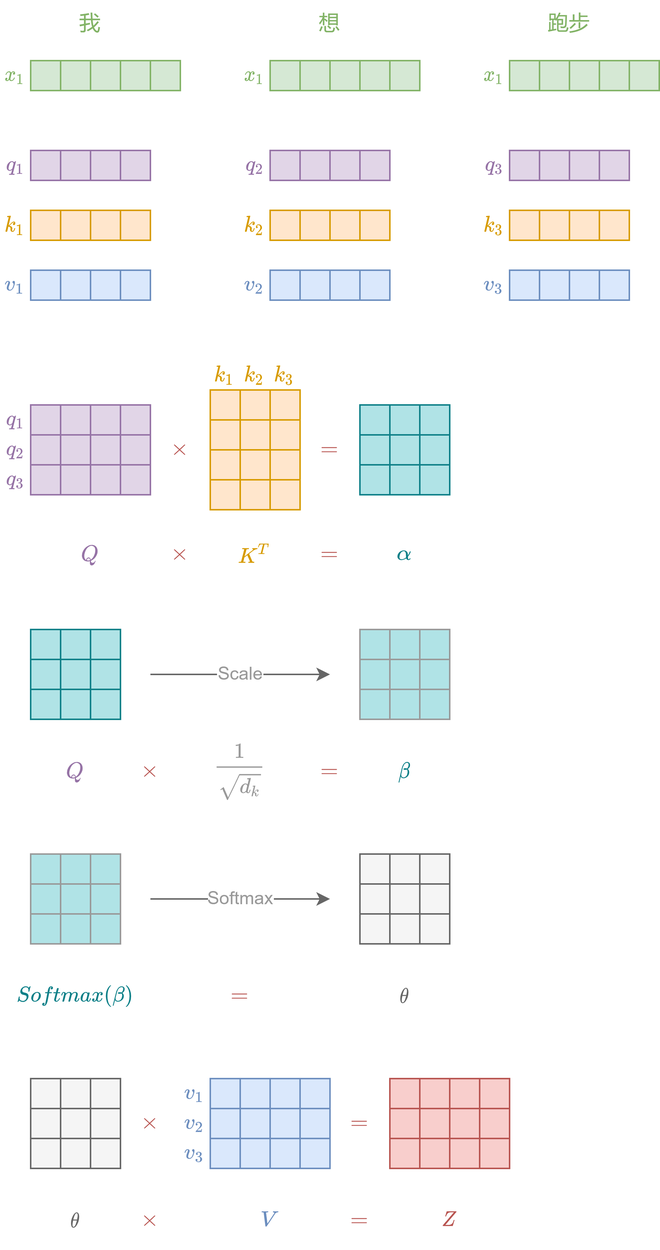
Before: imgs/nlp-self-attention-transformer-3.png, a diagram exported from draw.io (hxca/imgrepo). Source tidied: cells renumbered, new cells last; positions are measured from the earlier drawing's top-left corner, leaving out a move shared by most shapes.
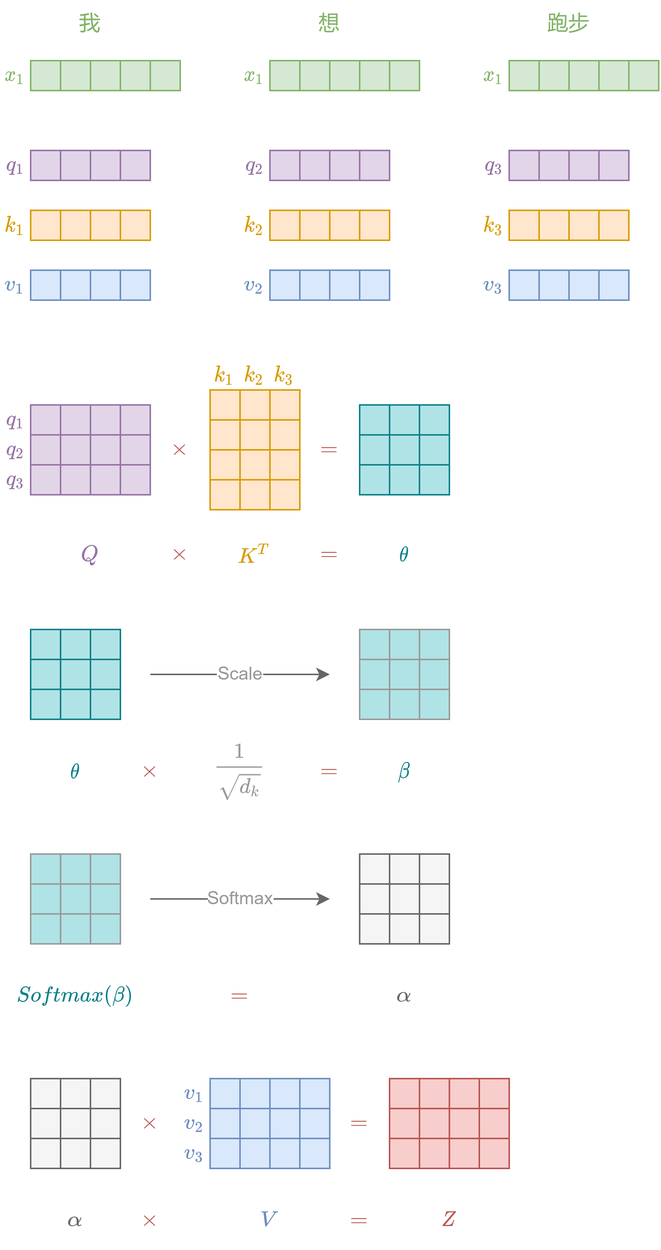
Later version of the same file.

Diff of the diagram source:
```diff
@@ -335,7 +335,7 @@
     <mxCell id="112" value="$$=$$" style="text;html=1;strokeColor=none;fillColor=none;align=center;verticalAlign=middle;whiteSpace=wrap;rounded=0;fontColor=#B85450;rotation=0;" parent="1" vertex="1">
       <mxGeometry x="210" y="360" width="20" height="20" as="geometry" />
     </mxCell>
-    <mxCell id="113" value="$$\alpha$$" style="text;html=1;strokeColor=none;fillColor=none;align=center;verticalAlign=middle;whiteSpace=wrap;rounded=0;comic=0;fontSize=11;fontColor=#0E8088;opacity=30;" parent="1" vertex="1">
+    <mxCell id="113" value="$$\theta$$" style="text;html=1;strokeColor=none;fillColor=none;align=center;verticalAlign=middle;whiteSpace=wrap;rounded=0;comic=0;fontSize=11;fontColor=#0E8088;opacity=30;" parent="1" vertex="1">
       <mxGeometry x="255" y="355" width="30" height="30" as="geometry" />
     </mxCell>
     <mxCell id="114" style="rounded=0;whiteSpace=wrap;html=1;fillColor=#b0e3e6;strokeColor=#0e8088;" parent="1" vertex="1">
@@ -371,7 +371,7 @@
     <mxCell id="124" value="$$\times$$" style="text;html=1;strokeColor=none;fillColor=none;align=center;verticalAlign=middle;whiteSpace=wrap;rounded=0;fontColor=#B85450;rotation=0;" parent="1" vertex="1">
       <mxGeometry x="90" y="505" width="20" height="20" as="geometry" />
     </mxCell>
-    <mxCell id="125" value="$$Q$$" style="text;html=1;strokeColor=none;fillColor=none;align=center;verticalAlign=middle;whiteSpace=wrap;rounded=0;comic=0;fontSize=11;fontColor=#9673A6;opacity=30;" parent="1" vertex="1">
+    <mxCell id="125" value="&lt;span style=&quot;&quot;&gt;$$\theta$$&lt;/span&gt;" style="text;html=1;strokeColor=none;fillColor=none;align=center;verticalAlign=middle;whiteSpace=wrap;rounded=0;comic=0;fontSize=11;fontColor=#0E8088;opacity=30;" parent="1" vertex="1">
       <mxGeometry x="35" y="500" width="30" height="30" as="geometry" />
     </mxCell>
     <mxCell id="126" value="$$\beta$$" style="text;html=1;strokeColor=none;fillColor=none;align=center;verticalAlign=middle;whiteSpace=wrap;rounded=0;comic=0;fontSize=11;fontColor=#0E8088;opacity=30;" parent="1" vertex="1">
@@ -479,7 +479,7 @@
     <mxCell id="158" value="$$=$$" style="text;html=1;strokeColor=none;fillColor=none;align=center;verticalAlign=middle;whiteSpace=wrap;rounded=0;fontColor=#B85450;rotation=0;" parent="1" vertex="1">
       <mxGeometry x="150" y="655" width="20" height="20" as="geometry" />
     </mxCell>
-    <mxCell id="159" value="$$\theta$$" style="text;html=1;strokeColor=none;fillColor=none;align=center;verticalAlign=middle;whiteSpace=wrap;rounded=0;comic=0;fontSize=11;fontColor=#666666;opacity=30;" parent="1" vertex="1">
+    <mxCell id="159" value="$$\alpha$$" style="text;html=1;strokeColor=none;fillColor=none;align=center;verticalAlign=middle;whiteSpace=wrap;rounded=0;comic=0;fontSize=11;fontColor=#666666;opacity=30;" parent="1" vertex="1">
       <mxGeometry x="255" y="650" width="30" height="30" as="geometry" />
     </mxCell>
     <mxCell id="160" style="rounded=0;whiteSpace=wrap;html=1;fillColor=#f5f5f5;strokeColor=#666666;fontColor=#333333;" parent="1" vertex="1">
@@ -596,7 +596,7 @@
     <mxCell id="197" style="rounded=0;whiteSpace=wrap;html=1;fillColor=#f8cecc;strokeColor=#b85450;" parent="1" vertex="1">
       <mxGeometry x="320" y="720" width="20" height="20" as="geometry" />
     </mxCell>
-    <mxCell id="198" value="$$\theta$$" style="text;html=1;strokeColor=none;fillColor=none;align=center;verticalAlign=middle;whiteSpace=wrap;rounded=0;comic=0;fontSize=11;fontColor=#666666;opacity=30;" parent="1" vertex="1">
+    <mxCell id="198" value="$$\alpha$$" style="text;html=1;strokeColor=none;fillColor=none;align=center;verticalAlign=middle;whiteSpace=wrap;rounded=0;comic=0;fontSize=11;fontColor=#666666;opacity=30;" parent="1" vertex="1">
       <mxGeometry x="35" y="800" width="30" height="30" as="geometry" />
     </mxCell>
     <mxCell id="199" value="$$\times$$" style="text;html=1;strokeColor=none;fillColor=none;align=center;verticalAlign=middle;whiteSpace=wrap;rounded=0;fontColor=#B85450;rotation=0;" parent="1" vertex="1">
```
